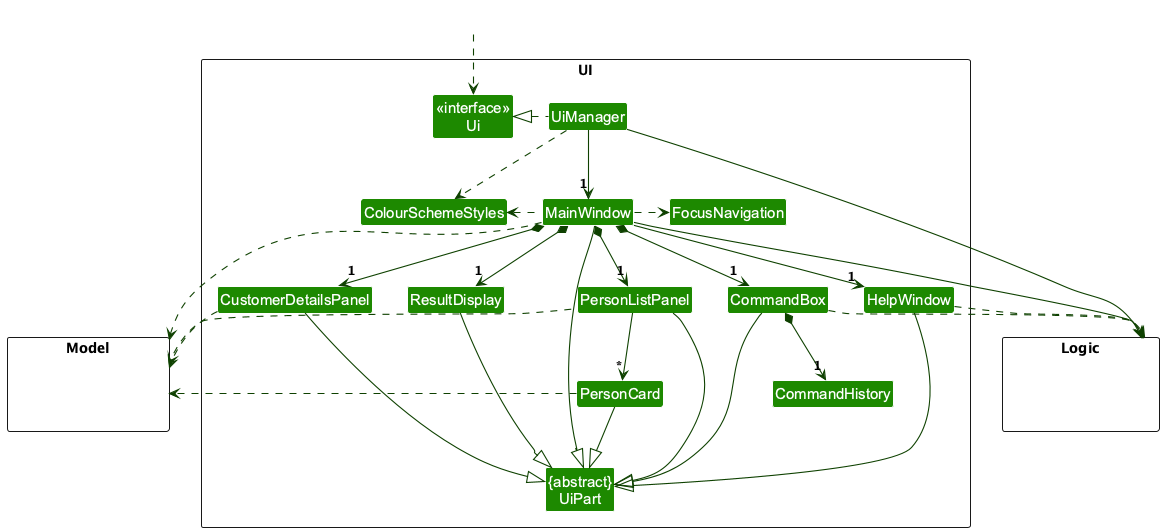
This is docs/images/UiClassDiagram.png from AY2627S1-CS2103T-W09-4/tp, a PlantUML export, as it was before one commit.
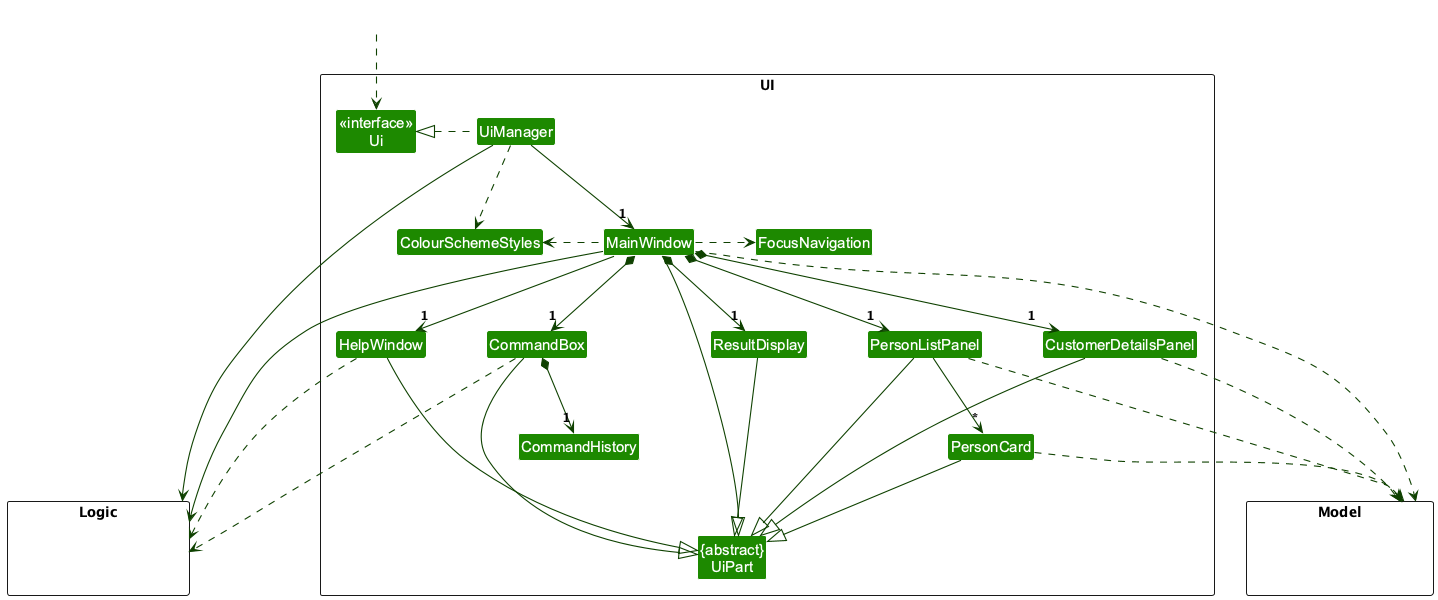
Later version of the same file.

Commit message:
Separate overlapping arrows in UI class diagram

The CommandBox and HelpWindow arrows to Logic ran along one line,
so they read as a single dependency. Placing Logic and Model one
rank below the panels lets each dependency take its own path, and
wider spacing keeps arrows clear of each other and of the boxes.

Change to the diagram source:
```diff
@@ -3,6 +3,8 @@
 skinparam arrowThickness 1.1
 skinparam arrowColor UI_COLOR_T4
 skinparam classBackgroundColor UI_COLOR
+skinparam nodesep 60
+skinparam ranksep 75
 
 package UI <<Rectangle>>{
 Class "<<interface>>\nUi" as Ui
@@ -55,13 +57,13 @@
 HelpWindow --|> UiPart
 
 PersonCard ..> Model
-PersonListPanel .left.> Model
+PersonListPanel ..> Model
 CustomerDetailsPanel ..> Model
 MainWindow ..> Model
-UiManager -right-> Logic
-MainWindow -right-> Logic
+UiManager --> Logic
+MainWindow --> Logic
 HelpWindow ..> Logic
-CommandBox .right.> Logic
+CommandBox ..> Logic
 
 PersonListPanel -[hidden]left- HelpWindow
 CommandBox -[hidden]left- HelpWindow
@@ -69,4 +71,6 @@
 ResultDisplay -[hidden]left- CustomerDetailsPanel
 
 MainWindow -[hidden]-|> UiPart
+HiddenModel -[hidden]right- UiPart
+UiPart -[hidden]right- HiddenLogic
 @enduml
```
